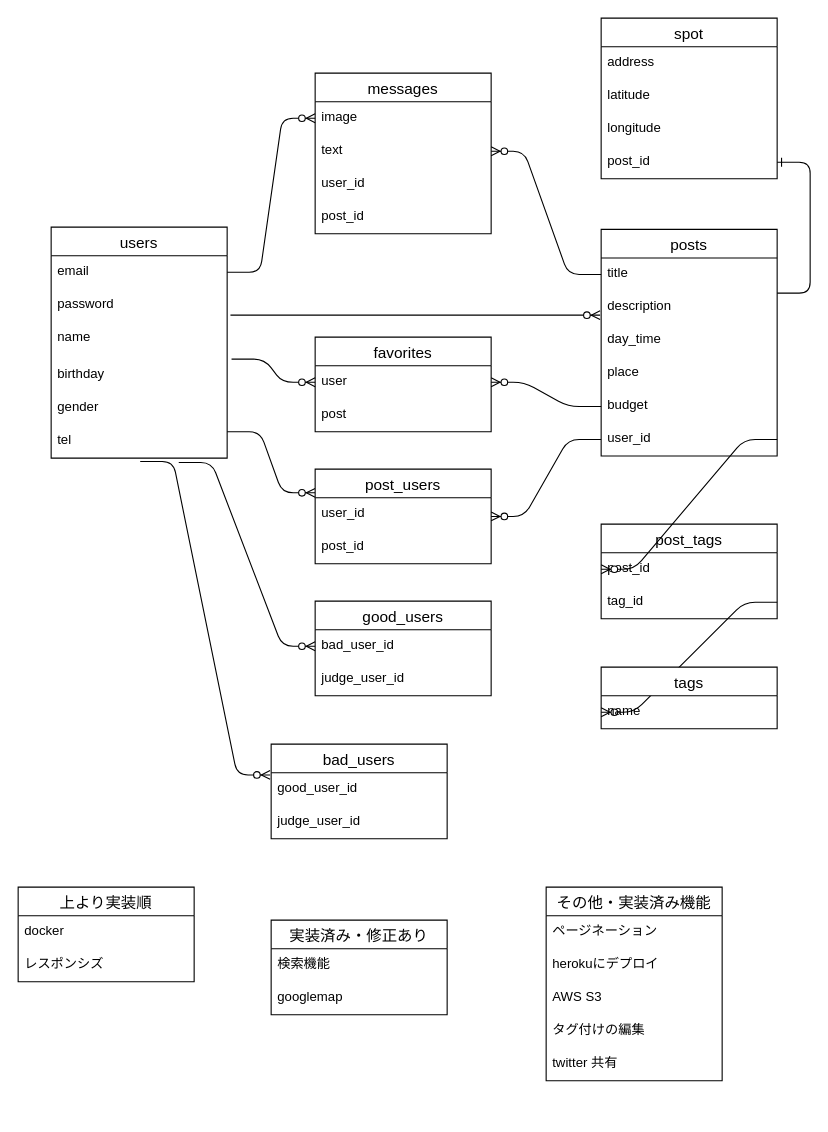
koyama1058/oriapp keeps this draw.io diagram as oriapp2.dio. Above is the earlier version. Source tidied: cells renumbered, new cells numbered last; positions are measured from the earlier drawing's top-left corner, leaving out a move shared by most shapes. Both pictures are drawn from the tidied source at 110%, with x=0, y=0 at pixel (18, 18).
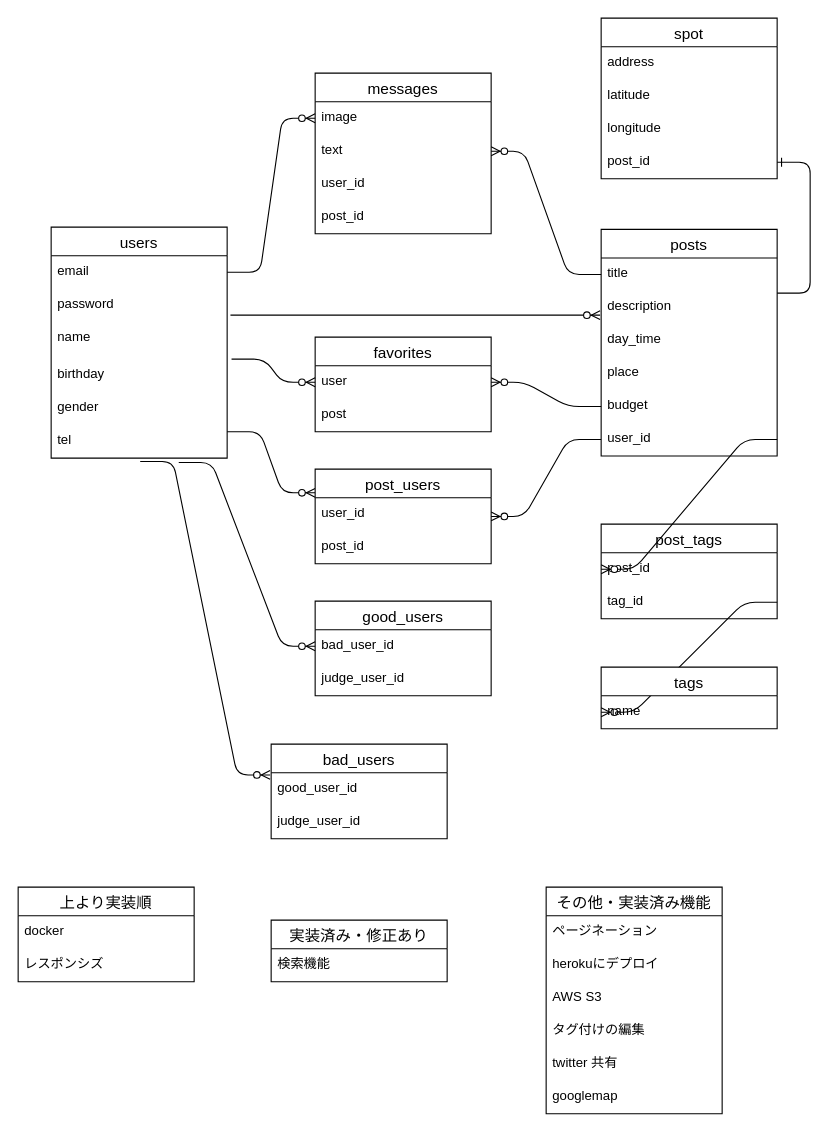
After the change.

Diff of the diagram source:
```diff
@@
     <mxCell id="40" value="その他・実装済み機能" style="swimlane;fontStyle=0;horizontal=1;startSize=26;align=center;fontSize=14;" parent="1" vertex="1">
-      <mxGeometry x="480" y="790" width="160" height="176" as="geometry" />
+      <mxGeometry x="480" y="790" width="160" height="206" as="geometry" />
     </mxCell>
@@
+    <mxCell id="66" value="googlemap" style="text;strokeColor=none;fillColor=none;spacingLeft=4;spacingRight=4;overflow=hidden;fontSize=12;" parent="40" vertex="1">
+      <mxGeometry y="176" width="160" height="30" as="geometry" />
+    </mxCell>
@@
     <mxCell id="64" value="実装済み・修正あり" style="swimlane;fontStyle=0;horizontal=1;startSize=26;align=center;fontSize=14;" parent="1" vertex="1">
-      <mxGeometry x="230" y="820" width="160" height="86" as="geometry" />
+      <mxGeometry x="230" y="820" width="160" height="56" as="geometry" />
     </mxCell>
@@
-    <mxCell id="66" value="googlemap" style="text;strokeColor=none;fillColor=none;spacingLeft=4;spacingRight=4;overflow=hidden;fontSize=12;" parent="64" vertex="1">
-      <mxGeometry y="56" width="160" height="30" as="geometry" />
-    </mxCell>
```
